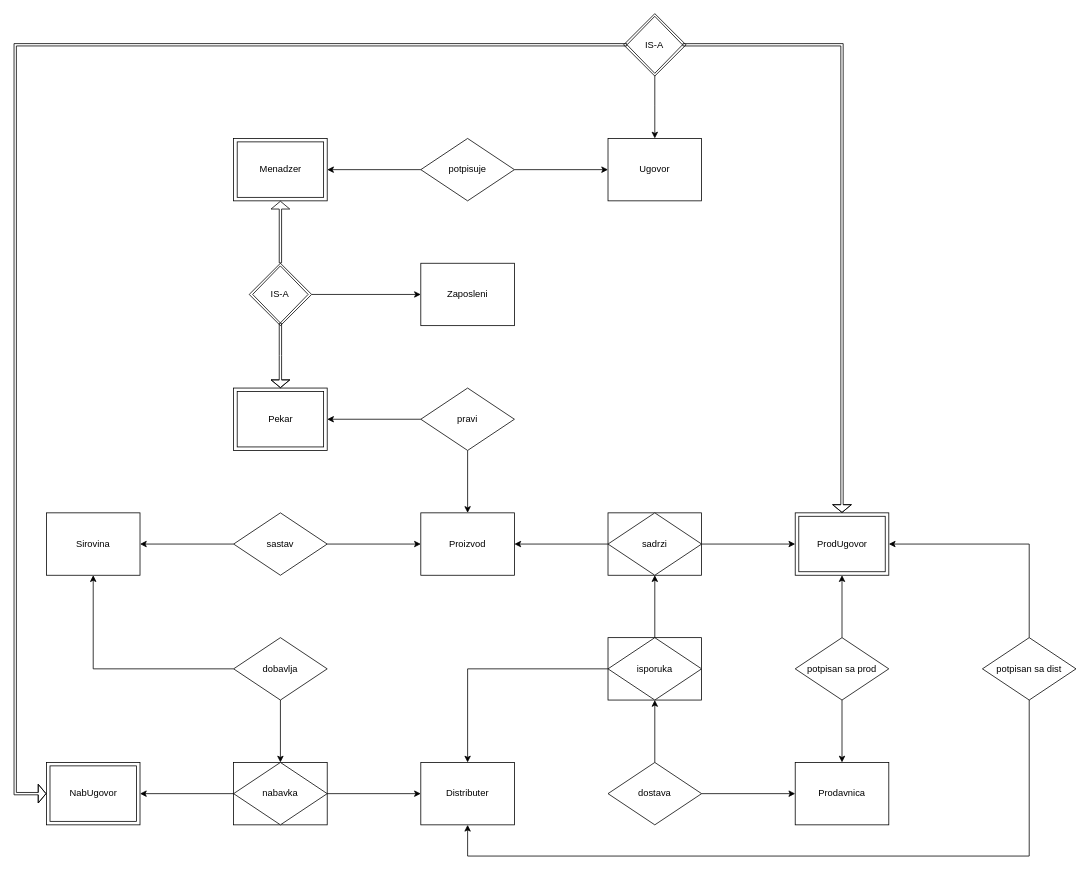
This is bakery.drawio from FmasterofU/bakery-bp2, a draw.io file, before an edit. Source tidied: cells renumbered, new cells numbered last; positions are measured from the earlier drawing's top-left corner, leaving out a move shared by most shapes. Both pictures are drawn from the tidied source at 78%, with x=0, y=0 at pixel (15, 13).
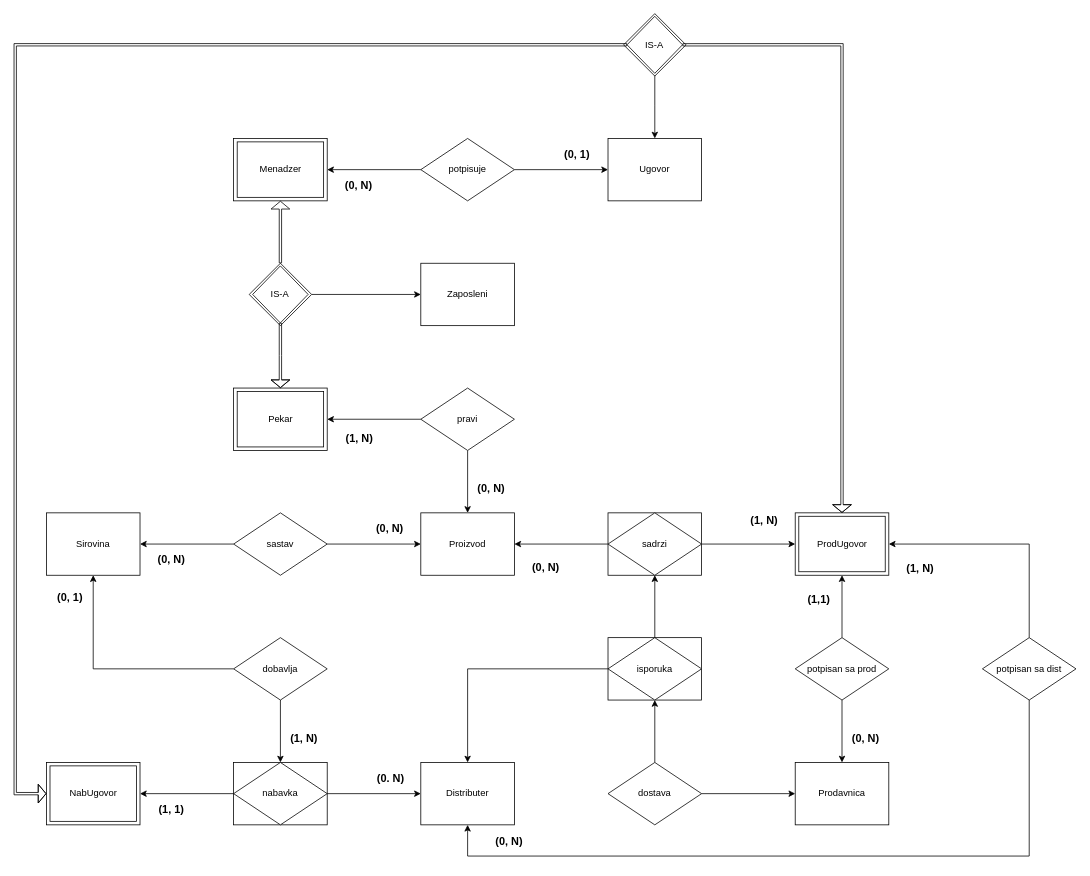
The same diagram, later.

Unchanged cells that the change refers to:
```xml
<mxCell id="2" value="Distributer" style="rounded=0;whiteSpace=wrap;html=1;" parent="1" vertex="1">
  <mxGeometry x="520" y="960" width="120" height="80" as="geometry" />
</mxCell>
<mxCell id="3" value="Prodavnica" style="rounded=0;whiteSpace=wrap;html=1;" parent="1" vertex="1">
  <mxGeometry x="1000" y="960" width="120" height="80" as="geometry" />
</mxCell>
<mxCell id="7" value="Sirovina" style="rounded=0;whiteSpace=wrap;html=1;" parent="1" vertex="1">
  <mxGeometry x="40" y="640" width="120" height="80" as="geometry" />
</mxCell>
<mxCell id="10" value="sadrzi" style="rhombus;whiteSpace=wrap;html=1;" parent="8" vertex="1">
  <mxGeometry width="120" height="80" as="geometry" />
</mxCell>
<mxCell id="11" value="Proizvod" style="rounded=0;whiteSpace=wrap;html=1;" parent="1" vertex="1">
  <mxGeometry x="520" y="640" width="120" height="80" as="geometry" />
</mxCell>
<mxCell id="16" value="dobavlja" style="rhombus;whiteSpace=wrap;html=1;" parent="1" vertex="1">
  <mxGeometry x="280" y="800" width="120" height="80" as="geometry" />
</mxCell>
<mxCell id="19" value="potpisan sa prod" style="rhombus;whiteSpace=wrap;html=1;" parent="1" vertex="1">
  <mxGeometry x="1000" y="800" width="120" height="80" as="geometry" />
</mxCell>
<mxCell id="22" value="sastav" style="rhombus;whiteSpace=wrap;html=1;" parent="1" vertex="1">
  <mxGeometry x="280" y="640" width="120" height="80" as="geometry" />
</mxCell>
<mxCell id="29" style="rounded=0;whiteSpace=wrap;html=1;" parent="28" vertex="1">
  <mxGeometry width="120" height="80" as="geometry" />
</mxCell>
<mxCell id="32" style="rounded=0;whiteSpace=wrap;html=1;" parent="31" vertex="1">
  <mxGeometry width="120" height="80" as="geometry" />
</mxCell>
<mxCell id="37" value="Ugovor" style="rounded=0;whiteSpace=wrap;html=1;" parent="1" vertex="1">
  <mxGeometry x="760" y="160" width="120" height="80" as="geometry" />
</mxCell>
<mxCell id="42" style="rounded=0;whiteSpace=wrap;html=1;" parent="41" vertex="1">
  <mxGeometry width="120" height="80" as="geometry" />
</mxCell>
<mxCell id="45" style="rounded=0;whiteSpace=wrap;html=1;" parent="44" vertex="1">
  <mxGeometry width="120" height="80" as="geometry" />
</mxCell>
<mxCell id="51" value="potpisuje" style="rhombus;whiteSpace=wrap;html=1;" parent="1" vertex="1">
  <mxGeometry x="520" y="160" width="120" height="80" as="geometry" />
</mxCell>
<mxCell id="54" value="pravi" style="rhombus;whiteSpace=wrap;html=1;" parent="1" vertex="1">
  <mxGeometry x="520" y="480" width="120" height="80" as="geometry" />
</mxCell>
<mxCell id="56" style="rounded=0;whiteSpace=wrap;html=1;" parent="55" vertex="1">
  <mxGeometry width="120" height="80" as="geometry" />
</mxCell>
<mxCell id="57" value="nabavka" style="rhombus;whiteSpace=wrap;html=1;" parent="55" vertex="1">
  <mxGeometry width="120" height="80" as="geometry" />
</mxCell>
<mxCell id="60" style="edgeStyle=orthogonalEdgeStyle;rounded=0;jettySize=auto;html=1;exitX=0.5;exitY=0;exitDx=0;exitDy=0;entryX=1;entryY=0.5;entryDx=0;entryDy=0;" parent="1" edge="1" source="62" target="45">
  <mxGeometry relative="1" as="geometry" />
</mxCell>
<mxCell id="61" style="edgeStyle=orthogonalEdgeStyle;rounded=0;jettySize=auto;html=1;entryX=0.5;entryY=1;entryDx=0;entryDy=0;exitX=0.5;exitY=1;exitDx=0;exitDy=0;" parent="1" edge="1" source="62" target="2">
  <mxGeometry relative="1" as="geometry">
    <Array as="points">
      <mxPoint x="1300" y="1080" />
      <mxPoint x="580" y="1080" />
    </Array>
  </mxGeometry>
</mxCell>
```

Diff of the diagram source:
```diff
@@
-    <mxCell id="12" style="edgeStyle=orthogonalEdgeStyle;rounded=0;jettySize=auto;html=1;exitX=1;exitY=0.5;exitDx=0;exitDy=0;entryX=0;entryY=0.5;entryDx=0;entryDy=0;" parent="1" edge="1" source="10" target="45">
-      <mxGeometry relative="1" as="geometry" />
+    <mxCell id="12" value="&lt;b&gt;&lt;font style=&quot;font-size: 14px&quot;&gt;(1, N)&lt;/font&gt;&lt;/b&gt;" style="edgeStyle=orthogonalEdgeStyle;rounded=0;jettySize=auto;html=1;exitX=1;exitY=0.5;exitDx=0;exitDy=0;entryX=0;entryY=0.5;entryDx=0;entryDy=0;" parent="1" edge="1" source="10" target="45">
+      <mxGeometry x="0.33" y="30" relative="1" as="geometry" />
     </mxCell>
-    <mxCell id="13" style="edgeStyle=orthogonalEdgeStyle;rounded=0;jettySize=auto;html=1;exitX=0;exitY=0.5;exitDx=0;exitDy=0;entryX=1;entryY=0.5;entryDx=0;entryDy=0;" parent="1" edge="1" source="10" target="11">
-      <mxGeometry relative="1" as="geometry" />
+    <mxCell id="13" value="&lt;b&gt;&lt;font style=&quot;font-size: 14px&quot;&gt;(0, N)&lt;/font&gt;&lt;/b&gt;" style="edgeStyle=orthogonalEdgeStyle;rounded=0;jettySize=auto;html=1;exitX=0;exitY=0.5;exitDx=0;exitDy=0;entryX=1;entryY=0.5;entryDx=0;entryDy=0;" parent="1" edge="1" source="10" target="11">
+      <mxGeometry x="0.33" y="30" relative="1" as="geometry" />
     </mxCell>
-    <mxCell id="14" style="edgeStyle=orthogonalEdgeStyle;rounded=0;jettySize=auto;html=1;entryX=0.5;entryY=0;entryDx=0;entryDy=0;" parent="1" edge="1" source="16" target="57">
-      <mxGeometry relative="1" as="geometry" />
+    <mxCell id="14" value="&lt;b&gt;&lt;font style=&quot;font-size: 14px&quot;&gt;(1, N)&lt;/font&gt;&lt;/b&gt;" style="edgeStyle=orthogonalEdgeStyle;rounded=0;jettySize=auto;html=1;entryX=0.5;entryY=0;entryDx=0;entryDy=0;" parent="1" edge="1" source="16" target="57">
+      <mxGeometry x="0.25" y="30" relative="1" as="geometry">
+        <mxPoint y="-1" as="offset" />
+      </mxGeometry>
     </mxCell>
-    <mxCell id="15" style="edgeStyle=orthogonalEdgeStyle;rounded=0;jettySize=auto;html=1;exitX=0;exitY=0.5;exitDx=0;exitDy=0;entryX=0.5;entryY=1;entryDx=0;entryDy=0;" parent="1" edge="1" source="16" target="7">
-      <mxGeometry relative="1" as="geometry" />
+    <mxCell id="15" value="(0, 1)" style="edgeStyle=orthogonalEdgeStyle;rounded=0;jettySize=auto;html=1;exitX=0;exitY=0.5;exitDx=0;exitDy=0;entryX=0.5;entryY=1;entryDx=0;entryDy=0;fontStyle=1;fontSize=14;" parent="1" edge="1" source="16" target="7">
+      <mxGeometry x="0.8" y="30" relative="1" as="geometry">
+        <mxPoint y="-1" as="offset" />
+      </mxGeometry>
     </mxCell>
@@
-    <mxCell id="17" style="edgeStyle=orthogonalEdgeStyle;rounded=0;jettySize=auto;html=1;exitX=0.5;exitY=0;exitDx=0;exitDy=0;entryX=0.5;entryY=1;entryDx=0;entryDy=0;" parent="1" edge="1" source="19" target="45">
-      <mxGeometry relative="1" as="geometry" />
+    <mxCell id="17" value="&lt;b&gt;&lt;font style=&quot;font-size: 14px&quot;&gt;(1,1)&lt;/font&gt;&lt;/b&gt;" style="edgeStyle=orthogonalEdgeStyle;rounded=0;jettySize=auto;html=1;exitX=0.5;exitY=0;exitDx=0;exitDy=0;entryX=0.5;entryY=1;entryDx=0;entryDy=0;" parent="1" edge="1" source="19" target="45">
+      <mxGeometry x="0.25" y="30" relative="1" as="geometry">
+        <mxPoint y="1" as="offset" />
+      </mxGeometry>
     </mxCell>
-    <mxCell id="18" style="edgeStyle=orthogonalEdgeStyle;rounded=0;jettySize=auto;html=1;exitX=0.5;exitY=1;exitDx=0;exitDy=0;entryX=0.5;entryY=0;entryDx=0;entryDy=0;" parent="1" edge="1" source="19" target="3">
-      <mxGeometry relative="1" as="geometry" />
+    <mxCell id="18" value="&lt;b&gt;&lt;font style=&quot;font-size: 14px&quot;&gt;(0, N)&lt;/font&gt;&lt;/b&gt;" style="edgeStyle=orthogonalEdgeStyle;rounded=0;jettySize=auto;html=1;exitX=0.5;exitY=1;exitDx=0;exitDy=0;entryX=0.5;entryY=0;entryDx=0;entryDy=0;" parent="1" edge="1" source="19" target="3">
+      <mxGeometry x="0.25" y="30" relative="1" as="geometry">
+        <mxPoint y="-1" as="offset" />
+      </mxGeometry>
     </mxCell>
@@
-    <mxCell id="20" style="edgeStyle=orthogonalEdgeStyle;rounded=0;jettySize=auto;html=1;entryX=0;entryY=0.5;entryDx=0;entryDy=0;" parent="1" edge="1" source="22" target="11">
-      <mxGeometry relative="1" as="geometry" />
+    <mxCell id="20" value="&lt;b&gt;&lt;font style=&quot;font-size: 14px&quot;&gt;(0, N)&lt;/font&gt;&lt;/b&gt;" style="edgeStyle=orthogonalEdgeStyle;rounded=0;jettySize=auto;html=1;entryX=0;entryY=0.5;entryDx=0;entryDy=0;" parent="1" edge="1" source="22" target="11">
+      <mxGeometry x="0.33" y="20" relative="1" as="geometry" />
     </mxCell>
-    <mxCell id="21" style="edgeStyle=orthogonalEdgeStyle;rounded=0;jettySize=auto;html=1;entryX=1;entryY=0.5;entryDx=0;entryDy=0;" parent="1" edge="1" source="22" target="7">
-      <mxGeometry relative="1" as="geometry" />
+    <mxCell id="21" value="&lt;b&gt;&lt;font style=&quot;font-size: 14px&quot;&gt;(0, N)&lt;/font&gt;&lt;/b&gt;" style="edgeStyle=orthogonalEdgeStyle;rounded=0;jettySize=auto;html=1;entryX=1;entryY=0.5;entryDx=0;entryDy=0;" parent="1" edge="1" source="22" target="7">
+      <mxGeometry x="0.33" y="20" relative="1" as="geometry" />
     </mxCell>
@@
-    <mxCell id="49" style="edgeStyle=orthogonalEdgeStyle;rounded=0;jettySize=auto;html=1;exitX=0;exitY=0.5;exitDx=0;exitDy=0;entryX=1;entryY=0.5;entryDx=0;entryDy=0;" parent="1" edge="1" source="51" target="32">
-      <mxGeometry relative="1" as="geometry" />
+    <mxCell id="49" value="&lt;b&gt;&lt;font style=&quot;font-size: 14px&quot;&gt;(0, N)&lt;/font&gt;&lt;/b&gt;" style="edgeStyle=orthogonalEdgeStyle;rounded=0;jettySize=auto;html=1;exitX=0;exitY=0.5;exitDx=0;exitDy=0;entryX=1;entryY=0.5;entryDx=0;entryDy=0;" parent="1" edge="1" source="51" target="32">
+      <mxGeometry x="0.33" y="20" relative="1" as="geometry" />
     </mxCell>
-    <mxCell id="50" style="edgeStyle=orthogonalEdgeStyle;rounded=0;jettySize=auto;html=1;entryX=0;entryY=0.5;entryDx=0;entryDy=0;" parent="1" edge="1" source="51" target="37">
-      <mxGeometry relative="1" as="geometry" />
+    <mxCell id="50" value="&lt;b&gt;&lt;font style=&quot;font-size: 14px&quot;&gt;(0, 1)&lt;/font&gt;&lt;/b&gt;" style="edgeStyle=orthogonalEdgeStyle;rounded=0;jettySize=auto;html=1;entryX=0;entryY=0.5;entryDx=0;entryDy=0;" parent="1" edge="1" source="51" target="37">
+      <mxGeometry x="0.33" y="20" relative="1" as="geometry" />
     </mxCell>
@@
+    <mxCell id="53" value="&lt;b&gt;&lt;font style=&quot;font-size: 14px&quot;&gt;(0, N)&lt;/font&gt;&lt;/b&gt;" style="edgeStyle=orthogonalEdgeStyle;rounded=0;jettySize=auto;html=1;exitX=0.5;exitY=1;exitDx=0;exitDy=0;entryX=0.5;entryY=0;entryDx=0;entryDy=0;" parent="1" edge="1" source="54" target="11">
+      <mxGeometry x="0.25" y="30" relative="1" as="geometry">
+        <mxPoint y="-1" as="offset" />
+      </mxGeometry>
+    </mxCell>
-    <mxCell id="52" style="edgeStyle=orthogonalEdgeStyle;rounded=0;jettySize=auto;html=1;exitX=0;exitY=0.5;exitDx=0;exitDy=0;entryX=1;entryY=0.5;entryDx=0;entryDy=0;" parent="1" edge="1" source="54" target="29">
+    <mxCell id="52" style="edgeStyle=orthogonalEdgeStyle;rounded=0;jettySize=auto;html=1;entryX=1;entryY=0.5;entryDx=0;entryDy=0;fontSize=14;" parent="1" edge="1" source="54" target="29">
       <mxGeometry relative="1" as="geometry" />
     </mxCell>
-    <mxCell id="53" style="edgeStyle=orthogonalEdgeStyle;rounded=0;jettySize=auto;html=1;exitX=0.5;exitY=1;exitDx=0;exitDy=0;entryX=0.5;entryY=0;entryDx=0;entryDy=0;" parent="1" edge="1" source="54" target="11">
-      <mxGeometry relative="1" as="geometry" />
-    </mxCell>
+    <mxCell id="68" value="&lt;b&gt;(1, N)&lt;/b&gt;" style="edgeLabel;html=1;align=center;verticalAlign=middle;fontSize=14;" parent="52" vertex="1">
+      <mxGeometry x="-0.22" y="3" relative="1" as="geometry">
+        <mxPoint x="-32.9" y="21" as="offset" />
+      </mxGeometry>
+    </mxCell>
@@
-    <mxCell id="58" style="edgeStyle=orthogonalEdgeStyle;rounded=0;jettySize=auto;html=1;exitX=0;exitY=0.5;exitDx=0;exitDy=0;entryX=1;entryY=0.5;entryDx=0;entryDy=0;" parent="1" edge="1" source="56" target="42">
-      <mxGeometry relative="1" as="geometry" />
+    <mxCell id="58" value="&lt;b&gt;&lt;font style=&quot;font-size: 14px&quot;&gt;(1, 1)&lt;/font&gt;&lt;/b&gt;" style="edgeStyle=orthogonalEdgeStyle;rounded=0;jettySize=auto;html=1;exitX=0;exitY=0.5;exitDx=0;exitDy=0;entryX=1;entryY=0.5;entryDx=0;entryDy=0;" parent="1" edge="1" source="56" target="42">
+      <mxGeometry x="0.33" y="20" relative="1" as="geometry" />
     </mxCell>
-    <mxCell id="59" style="edgeStyle=orthogonalEdgeStyle;rounded=0;jettySize=auto;html=1;exitX=1;exitY=0.5;exitDx=0;exitDy=0;entryX=0;entryY=0.5;entryDx=0;entryDy=0;" parent="1" edge="1" source="56" target="2">
-      <mxGeometry relative="1" as="geometry" />
-    </mxCell>
@@
+    <mxCell id="69" value="&lt;b&gt;(1, N)&lt;/b&gt;" style="edgeLabel;html=1;align=center;verticalAlign=middle;fontSize=14;" parent="60" vertex="1">
+      <mxGeometry x="0.23" y="4" relative="1" as="geometry">
+        <mxPoint x="-75.3" y="26" as="offset" />
+      </mxGeometry>
+    </mxCell>
@@
+    <mxCell id="70" value="&lt;b&gt;(0, N)&lt;/b&gt;" style="edgeLabel;html=1;align=center;verticalAlign=middle;fontSize=14;" parent="61" vertex="1">
+      <mxGeometry x="0.5" y="-2" relative="1" as="geometry">
+        <mxPoint x="-147.7" y="-18" as="offset" />
+      </mxGeometry>
+    </mxCell>
@@
+    <mxCell id="71" style="edgeStyle=orthogonalEdgeStyle;rounded=0;jettySize=auto;html=1;entryX=0;entryY=0.5;entryDx=0;entryDy=0;fontSize=14;" parent="1" edge="1" source="57" target="2">
+      <mxGeometry relative="1" as="geometry" />
+    </mxCell>
+    <mxCell id="72" value="&lt;b&gt;(0. N)&lt;/b&gt;" style="edgeLabel;html=1;align=center;verticalAlign=middle;fontSize=14;" parent="71" vertex="1">
+      <mxGeometry x="0.22" y="3" relative="1" as="geometry">
+        <mxPoint x="7.1" y="-17" as="offset" />
+      </mxGeometry>
+    </mxCell>
```
